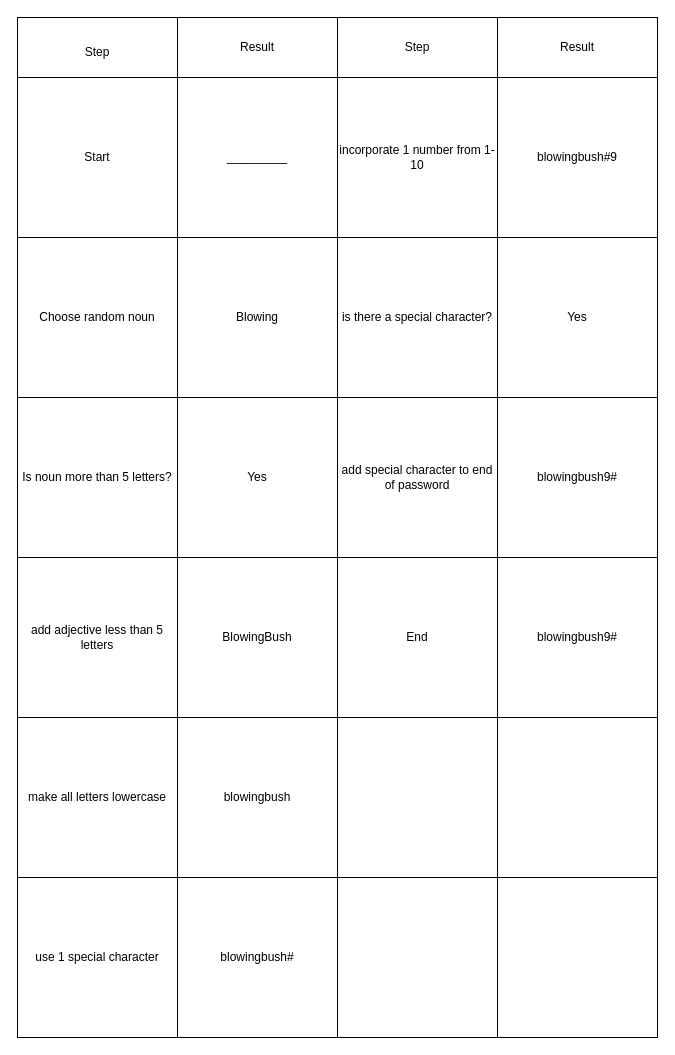
The draw.io diagram Untitled Diagram.drawio in KaneshiroKeola/fuzzy-train, before the edit. Source tidied: cells renumbered, new cells numbered last; positions are measured from the earlier drawing's top-left corner, leaving out a move shared by most shapes. Both pictures are drawn from the tidied source at 100%, with x=0, y=0 at pixel (17, 17).
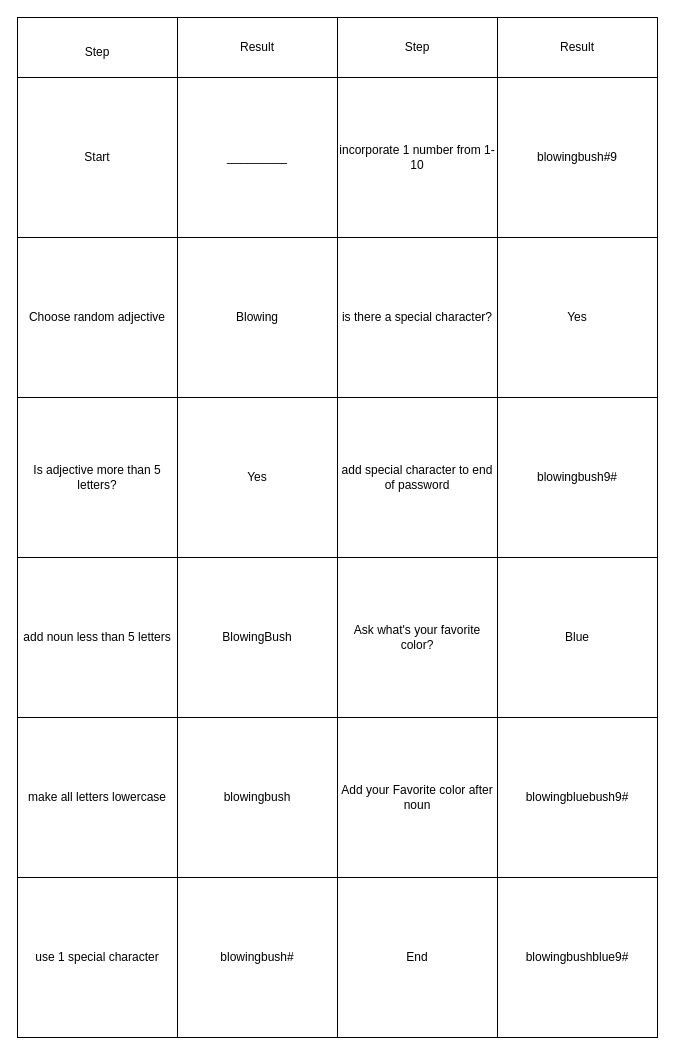
The same page after the edit.

Commit message:
annotated algorithm chart

Change to the diagram source:
```diff
@@
-    <mxCell id="4" value="Choose random noun" style="whiteSpace=wrap;html=1;" parent="1" vertex="1">
+    <mxCell id="4" value="Choose random adjective" style="whiteSpace=wrap;html=1;" parent="1" vertex="1">
       <mxGeometry y="220" width="160" height="160" as="geometry" />
     </mxCell>
@@
-    <mxCell id="11" value="Is noun more than 5 letters?" style="whiteSpace=wrap;html=1;" parent="1" vertex="1">
+    <mxCell id="11" value="Is adjective more than 5 letters?" style="whiteSpace=wrap;html=1;" parent="1" vertex="1">
       <mxGeometry y="380" width="160" height="160" as="geometry" />
     </mxCell>
@@
-    <mxCell id="15" value="End" style="whiteSpace=wrap;html=1;" parent="1" vertex="1">
+    <mxCell id="15" value="Ask what's your favorite color?" style="whiteSpace=wrap;html=1;" parent="1" vertex="1">
       <mxGeometry x="320" y="540" width="160" height="160" as="geometry" />
     </mxCell>
@@
-    <mxCell id="17" value="add adjective less than 5 letters" style="whiteSpace=wrap;html=1;" parent="1" vertex="1">
+    <mxCell id="17" value="add noun less than 5 letters" style="whiteSpace=wrap;html=1;" parent="1" vertex="1">
       <mxGeometry y="540" width="160" height="160" as="geometry" />
     </mxCell>
-    <mxCell id="18" value="blowingbush9#" style="whiteSpace=wrap;html=1;" parent="1" vertex="1">
+    <mxCell id="18" value="Blue" style="whiteSpace=wrap;html=1;" parent="1" vertex="1">
       <mxGeometry x="480" y="540" width="160" height="160" as="geometry" />
     </mxCell>
@@
-    <mxCell id="21" style="whiteSpace=wrap;html=1;" parent="1" vertex="1">
+    <mxCell id="21" value="Add your Favorite color after noun" style="whiteSpace=wrap;html=1;" parent="1" vertex="1">
       <mxGeometry x="320" y="700" width="160" height="160" as="geometry" />
     </mxCell>
-    <mxCell id="22" style="whiteSpace=wrap;html=1;" parent="1" vertex="1">
+    <mxCell id="22" value="blowingbluebush9#" style="whiteSpace=wrap;html=1;" parent="1" vertex="1">
       <mxGeometry x="480" y="700" width="160" height="160" as="geometry" />
     </mxCell>
@@
-    <mxCell id="25" style="whiteSpace=wrap;html=1;" parent="1" vertex="1">
+    <mxCell id="25" value="End" style="whiteSpace=wrap;html=1;" parent="1" vertex="1">
       <mxGeometry x="320" y="860" width="160" height="160" as="geometry" />
     </mxCell>
-    <mxCell id="26" style="whiteSpace=wrap;html=1;" parent="1" vertex="1">
+    <mxCell id="26" value="blowingbushblue9#" style="whiteSpace=wrap;html=1;" parent="1" vertex="1">
       <mxGeometry x="480" y="860" width="160" height="160" as="geometry" />
     </mxCell>
```
